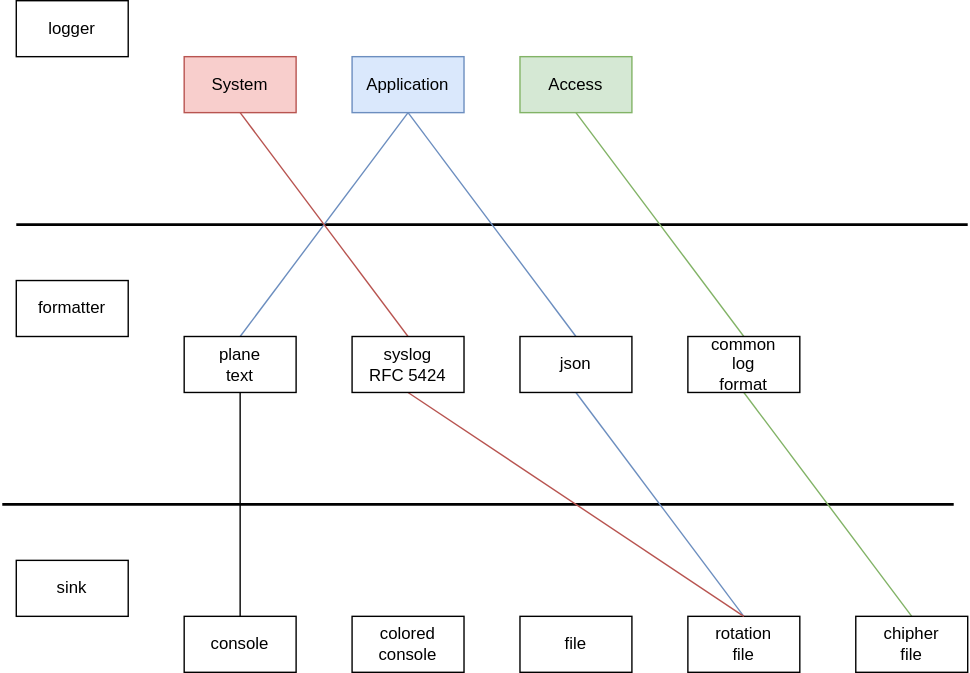
Above: logger/doc/specific_img/specific-logger.drawio.svg in Riliumph/cpp_util (draw.io), before the change. Source tidied: cells renumbered, new cells last; positions are measured from the earlier drawing's top-left corner, leaving out a move shared by most shapes.
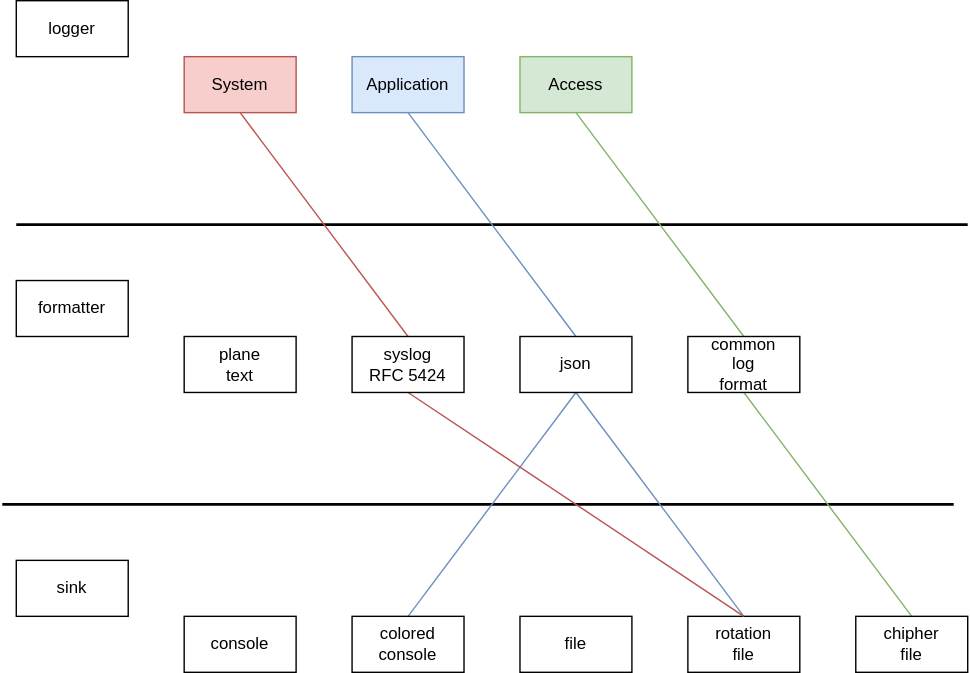
The same diagram one commit later.

Commit message:
[fix] logger document

The edit, as a diff of the source:
```diff
@@ -29,59 +29,56 @@
         <mxPoint x="690" y="160" as="targetPoint" />
       </mxGeometry>
     </mxCell>
-    <mxCell id="9" style="rounded=0;jettySize=auto;html=1;exitX=0.5;exitY=1;exitDx=0;exitDy=0;entryX=0.5;entryY=0;entryDx=0;entryDy=0;endArrow=none;startFill=0;fillColor=#dae8fc;strokeColor=#6c8ebf;" parent="1" edge="1" source="11" target="19">
+    <mxCell id="9" style="rounded=0;jettySize=auto;html=1;exitX=0.5;exitY=1;exitDx=0;exitDy=0;entryX=0.5;entryY=0;entryDx=0;entryDy=0;endArrow=none;startFill=0;fillColor=#dae8fc;strokeColor=#6c8ebf;" parent="1" edge="1" source="10" target="17">
       <mxGeometry relative="1" as="geometry" />
     </mxCell>
-    <mxCell id="10" style="rounded=0;jettySize=auto;html=1;exitX=0.5;exitY=1;exitDx=0;exitDy=0;entryX=0.5;entryY=0;entryDx=0;entryDy=0;endArrow=none;startFill=0;fillColor=#dae8fc;strokeColor=#6c8ebf;" parent="1" edge="1" source="11" target="17">
-      <mxGeometry relative="1" as="geometry" />
+    <mxCell id="10" value="Application" style="rounded=0;whiteSpace=wrap;html=1;fillColor=#dae8fc;strokeColor=#6c8ebf;" parent="1" vertex="1">
+      <mxGeometry x="250" y="40" width="80" height="40" as="geometry" />
     </mxCell>
-    <mxCell id="11" value="Application" style="rounded=0;whiteSpace=wrap;html=1;fillColor=#dae8fc;strokeColor=#6c8ebf;" parent="1" vertex="1">
-      <mxGeometry x="250" y="40" width="80" height="40" as="geometry" />
+    <mxCell id="11" style="rounded=0;jettySize=auto;html=1;exitX=0.5;exitY=1;exitDx=0;exitDy=0;entryX=0.5;entryY=0;entryDx=0;entryDy=0;endArrow=none;startFill=0;fillColor=#d5e8d4;strokeColor=#82b366;" parent="1" edge="1" source="12" target="20">
+      <mxGeometry relative="1" as="geometry" />
     </mxCell>
-    <mxCell id="12" style="rounded=0;jettySize=auto;html=1;exitX=0.5;exitY=1;exitDx=0;exitDy=0;entryX=0.5;entryY=0;entryDx=0;entryDy=0;endArrow=none;startFill=0;fillColor=#d5e8d4;strokeColor=#82b366;" parent="1" edge="1" source="13" target="21">
-      <mxGeometry relative="1" as="geometry" />
+    <mxCell id="12" value="Access" style="rounded=0;whiteSpace=wrap;html=1;fillColor=#d5e8d4;strokeColor=#82b366;" parent="1" vertex="1">
+      <mxGeometry x="370" y="40" width="80" height="40" as="geometry" />
     </mxCell>
-    <mxCell id="13" value="Access" style="rounded=0;whiteSpace=wrap;html=1;fillColor=#d5e8d4;strokeColor=#82b366;" parent="1" vertex="1">
-      <mxGeometry x="370" y="40" width="80" height="40" as="geometry" />
+    <mxCell id="13" style="edgeStyle=none;shape=connector;rounded=0;jettySize=auto;html=1;exitX=0.5;exitY=1;exitDx=0;exitDy=0;entryX=0.5;entryY=0;entryDx=0;entryDy=0;strokeColor=#b85450;align=center;verticalAlign=middle;fontFamily=Helvetica;fontSize=11;fontColor=default;labelBackgroundColor=default;endArrow=none;startFill=0;fillColor=#f8cecc;" parent="1" edge="1" source="14" target="25">
+      <mxGeometry relative="1" as="geometry" />
     </mxCell>
-    <mxCell id="14" style="edgeStyle=none;shape=connector;rounded=0;jettySize=auto;html=1;exitX=0.5;exitY=1;exitDx=0;exitDy=0;entryX=0.5;entryY=0;entryDx=0;entryDy=0;strokeColor=#b85450;align=center;verticalAlign=middle;fontFamily=Helvetica;fontSize=11;fontColor=default;labelBackgroundColor=default;endArrow=none;startFill=0;fillColor=#f8cecc;" parent="1" edge="1" source="15" target="26">
-      <mxGeometry relative="1" as="geometry" />
+    <mxCell id="14" value="System" style="rounded=0;whiteSpace=wrap;html=1;fillColor=#f8cecc;strokeColor=#b85450;" parent="1" vertex="1">
+      <mxGeometry x="130" y="40" width="80" height="40" as="geometry" />
     </mxCell>
-    <mxCell id="15" value="System" style="rounded=0;whiteSpace=wrap;html=1;fillColor=#f8cecc;strokeColor=#b85450;" parent="1" vertex="1">
-      <mxGeometry x="130" y="40" width="80" height="40" as="geometry" />
+    <mxCell id="15" style="edgeStyle=none;shape=connector;rounded=0;jettySize=auto;html=1;exitX=0.5;exitY=1;exitDx=0;exitDy=0;entryX=0.5;entryY=0;entryDx=0;entryDy=0;strokeColor=#6c8ebf;align=center;verticalAlign=middle;fontFamily=Helvetica;fontSize=11;fontColor=default;labelBackgroundColor=default;startFill=0;endArrow=none;fillColor=#dae8fc;" parent="1" edge="1" source="17" target="22">
+      <mxGeometry relative="1" as="geometry" />
     </mxCell>
-    <mxCell id="16" style="edgeStyle=none;shape=connector;rounded=0;jettySize=auto;html=1;exitX=0.5;exitY=1;exitDx=0;exitDy=0;entryX=0.5;entryY=0;entryDx=0;entryDy=0;strokeColor=#6c8ebf;align=center;verticalAlign=middle;fontFamily=Helvetica;fontSize=11;fontColor=default;labelBackgroundColor=default;startFill=0;endArrow=none;fillColor=#dae8fc;" parent="1" edge="1" source="17" target="23">
+    <mxCell id="16" style="rounded=0;jettySize=auto;html=1;exitX=0.5;exitY=1;exitDx=0;exitDy=0;entryX=0.5;entryY=0;entryDx=0;entryDy=0;endArrow=none;startFill=0;fillColor=#dae8fc;strokeColor=#6c8ebf;" parent="1" edge="1" source="17" target="23">
       <mxGeometry relative="1" as="geometry" />
     </mxCell>
     <mxCell id="17" value="json" style="rounded=0;whiteSpace=wrap;html=1;" parent="1" vertex="1">
       <mxGeometry x="370" y="240" width="80" height="40" as="geometry" />
     </mxCell>
-    <mxCell id="18" style="rounded=0;jettySize=auto;html=1;exitX=0.5;exitY=1;exitDx=0;exitDy=0;entryX=0.5;entryY=0;entryDx=0;entryDy=0;endArrow=none;startFill=0;" parent="1" edge="1" source="19" target="5">
-      <mxGeometry relative="1" as="geometry" />
+    <mxCell id="18" value="plane&lt;div&gt;text&lt;/div&gt;" style="rounded=0;whiteSpace=wrap;html=1;" parent="1" vertex="1">
+      <mxGeometry x="130" y="240" width="80" height="40" as="geometry" />
     </mxCell>
-    <mxCell id="19" value="plane&lt;div&gt;text&lt;/div&gt;" style="rounded=0;whiteSpace=wrap;html=1;" parent="1" vertex="1">
-      <mxGeometry x="130" y="240" width="80" height="40" as="geometry" />
+    <mxCell id="19" style="edgeStyle=none;shape=connector;rounded=0;jettySize=auto;html=1;exitX=0.5;exitY=1;exitDx=0;exitDy=0;entryX=0.5;entryY=0;entryDx=0;entryDy=0;strokeColor=#82b366;align=center;verticalAlign=middle;fontFamily=Helvetica;fontSize=11;fontColor=default;labelBackgroundColor=default;startFill=0;endArrow=none;fillColor=#d5e8d4;" parent="1" edge="1" source="20" target="21">
+      <mxGeometry relative="1" as="geometry" />
     </mxCell>
-    <mxCell id="20" style="edgeStyle=none;shape=connector;rounded=0;jettySize=auto;html=1;exitX=0.5;exitY=1;exitDx=0;exitDy=0;entryX=0.5;entryY=0;entryDx=0;entryDy=0;strokeColor=#82b366;align=center;verticalAlign=middle;fontFamily=Helvetica;fontSize=11;fontColor=default;labelBackgroundColor=default;startFill=0;endArrow=none;fillColor=#d5e8d4;" parent="1" edge="1" source="21" target="22">
-      <mxGeometry relative="1" as="geometry" />
+    <mxCell id="20" value="common&lt;div&gt;log&lt;/div&gt;&lt;div&gt;format&lt;/div&gt;" style="rounded=0;whiteSpace=wrap;html=1;" parent="1" vertex="1">
+      <mxGeometry x="490" y="240" width="80" height="40" as="geometry" />
     </mxCell>
-    <mxCell id="21" value="common&lt;div&gt;log&lt;/div&gt;&lt;div&gt;format&lt;/div&gt;" style="rounded=0;whiteSpace=wrap;html=1;" parent="1" vertex="1">
-      <mxGeometry x="490" y="240" width="80" height="40" as="geometry" />
+    <mxCell id="21" value="chipher&lt;div&gt;file&lt;/div&gt;" style="rounded=0;whiteSpace=wrap;html=1;" parent="1" vertex="1">
+      <mxGeometry x="610" y="440" width="80" height="40" as="geometry" />
     </mxCell>
-    <mxCell id="22" value="chipher&lt;div&gt;file&lt;/div&gt;" style="rounded=0;whiteSpace=wrap;html=1;" parent="1" vertex="1">
-      <mxGeometry x="610" y="440" width="80" height="40" as="geometry" />
+    <mxCell id="22" value="rotation&lt;div&gt;file&lt;/div&gt;" style="rounded=0;whiteSpace=wrap;html=1;" parent="1" vertex="1">
+      <mxGeometry x="490" y="440" width="80" height="40" as="geometry" />
     </mxCell>
-    <mxCell id="23" value="rotation&lt;div&gt;file&lt;/div&gt;" style="rounded=0;whiteSpace=wrap;html=1;" parent="1" vertex="1">
-      <mxGeometry x="490" y="440" width="80" height="40" as="geometry" />
+    <mxCell id="23" value="colored&lt;div&gt;console&lt;/div&gt;" style="rounded=0;whiteSpace=wrap;html=1;" parent="1" vertex="1">
+      <mxGeometry x="250" y="440" width="80" height="40" as="geometry" />
     </mxCell>
-    <mxCell id="24" value="colored&lt;div&gt;console&lt;/div&gt;" style="rounded=0;whiteSpace=wrap;html=1;" parent="1" vertex="1">
-      <mxGeometry x="250" y="440" width="80" height="40" as="geometry" />
+    <mxCell id="24" style="edgeStyle=none;shape=connector;rounded=0;jettySize=auto;html=1;exitX=0.5;exitY=1;exitDx=0;exitDy=0;entryX=0.5;entryY=0;entryDx=0;entryDy=0;strokeColor=#b85450;align=center;verticalAlign=middle;fontFamily=Helvetica;fontSize=11;fontColor=default;labelBackgroundColor=default;startFill=0;endArrow=none;fillColor=#f8cecc;" parent="1" edge="1" source="25" target="22">
+      <mxGeometry relative="1" as="geometry" />
     </mxCell>
-    <mxCell id="25" style="edgeStyle=none;shape=connector;rounded=0;jettySize=auto;html=1;exitX=0.5;exitY=1;exitDx=0;exitDy=0;entryX=0.5;entryY=0;entryDx=0;entryDy=0;strokeColor=#b85450;align=center;verticalAlign=middle;fontFamily=Helvetica;fontSize=11;fontColor=default;labelBackgroundColor=default;startFill=0;endArrow=none;fillColor=#f8cecc;" parent="1" edge="1" source="26" target="23">
-      <mxGeometry relative="1" as="geometry" />
+    <mxCell id="25" value="syslog&lt;div&gt;RFC 5424&lt;/div&gt;" style="rounded=0;whiteSpace=wrap;html=1;" parent="1" vertex="1">
+      <mxGeometry x="250" y="240" width="80" height="40" as="geometry" />
     </mxCell>
-    <mxCell id="26" value="syslog&lt;div&gt;RFC 5424&lt;/div&gt;" style="rounded=0;whiteSpace=wrap;html=1;" parent="1" vertex="1">
-      <mxGeometry x="250" y="240" width="80" height="40" as="geometry" />
-    </mxCell>
   </root>
 </mxGraphModel>
```
